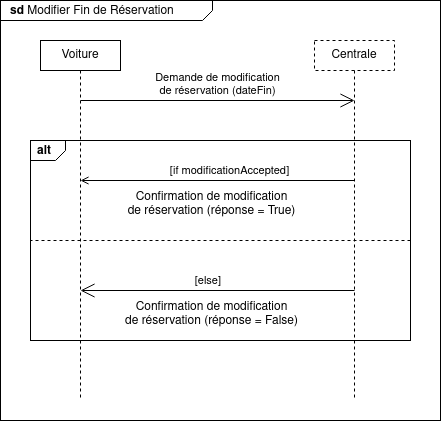
Above: diagrammes/sd_ModifierFinReservation.png in Dalker/ISI-mobility (draw.io), before the change. Source tidied: cells renumbered, new cells last; positions are measured from the earlier drawing's top-left corner, leaving out a move shared by most shapes.
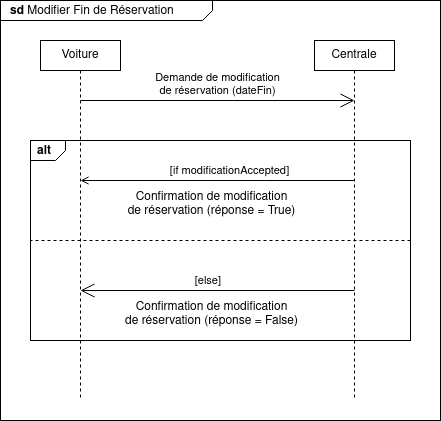
The same diagram one commit later.

Diff of the diagram source:
```diff
@@ -8,22 +8,22 @@
     <mxCell id="3" value="Voiture" style="strokeColor=inherit;fillColor=inherit;gradientColor=inherit;shape=rect;html=1;whiteSpace=wrap;align=center;" parent="2" vertex="1">
       <mxGeometry x="40" y="40" width="80" height="30" as="geometry" />
     </mxCell>
-    <mxCell id="4" value="Centrale" style="strokeColor=inherit;fillColor=inherit;gradientColor=inherit;shape=rect;html=1;whiteSpace=wrap;align=center;dashed=1;" parent="2" vertex="1">
+    <mxCell id="4" value="Centrale" style="strokeColor=inherit;fillColor=inherit;gradientColor=inherit;shape=rect;html=1;whiteSpace=wrap;align=center;" parent="2" vertex="1">
       <mxGeometry x="314" y="40" width="80" height="30" as="geometry" />
     </mxCell>
     <mxCell id="5" value="alt" style="strokeColor=inherit;fillColor=inherit;gradientColor=inherit;html=1;shape=mxgraph.sysml.package;labelX=35;fontStyle=1;align=left;verticalAlign=top;spacingLeft=5;spacingTop=-3;" parent="2" vertex="1">
       <mxGeometry x="30" y="140" width="380" height="200" as="geometry" />
     </mxCell>
-    <mxCell id="6" style="strokeColor=inherit;fillColor=inherit;gradientColor=inherit;endArrow=none;html=1;edgeStyle=none;dashed=1;" parent="2" edge="1" source="3">
-      <mxGeometry relative="1" as="geometry">
-        <mxPoint x="80" y="400" as="targetPoint" />
-      </mxGeometry>
-    </mxCell>
-    <mxCell id="7" style="strokeColor=inherit;fillColor=inherit;gradientColor=inherit;endArrow=none;html=1;edgeStyle=none;dashed=1;" parent="2" edge="1" source="4">
-      <mxGeometry relative="1" as="geometry">
-        <mxPoint x="354" y="400" as="targetPoint" />
-      </mxGeometry>
-    </mxCell>
+    <mxCell id="14" style="strokeColor=inherit;fillColor=inherit;gradientColor=inherit;endArrow=none;html=1;edgeStyle=none;dashed=1;" parent="2" edge="1" source="3">
+      <mxGeometry relative="1" as="geometry">
+        <mxPoint x="80" y="400" as="targetPoint" />
+      </mxGeometry>
+    </mxCell>
+    <mxCell id="15" style="strokeColor=inherit;fillColor=inherit;gradientColor=inherit;endArrow=none;html=1;edgeStyle=none;dashed=1;" parent="2" edge="1" source="4">
+      <mxGeometry relative="1" as="geometry">
+        <mxPoint x="354" y="400" as="targetPoint" />
+      </mxGeometry>
+    </mxCell>
     <mxCell id="8" style="strokeColor=inherit;fillColor=inherit;gradientColor=inherit;endArrow=none;html=1;edgeStyle=none;dashed=1;exitX=1;exitY=0.5;exitDx=0;exitDy=0;exitPerimeter=0;entryX=0;entryY=0.5;entryDx=0;entryDy=0;entryPerimeter=0;" parent="2" edge="1" source="5" target="5">
       <mxGeometry relative="1" as="geometry" />
     </mxCell>
```
